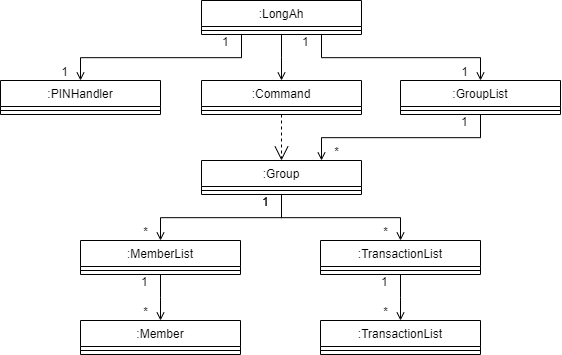
Above: docs/diagrams/main.png in jing-xiang/tp (draw.io), before the change. Source tidied: cells renumbered, new cells last; positions are measured from the earlier drawing's top-left corner, leaving out a move shared by most shapes. Its diagram source:
```xml
<mxGraphModel>
  <root>
    <mxCell id="0" />
    <mxCell id="1" parent="0" />
    <mxCell id="2" value=":GroupList" style="swimlane;fontStyle=0;align=center;verticalAlign=top;horizontal=1;startSize=26;rounded=0;shadow=0;strokeWidth=1;" parent="1" vertex="1">
      <mxGeometry x="400" y="80" width="160" height="34" as="geometry" />
    </mxCell>
    <mxCell id="3" style="line;html=1;strokeWidth=1;align=left;verticalAlign=middle;spacingTop=-1;spacingLeft=3;spacingRight=3;labelPosition=right;" parent="2" vertex="1">
      <mxGeometry y="26" width="160" height="8" as="geometry" />
    </mxCell>
    <mxCell id="4" value=":LongAh" style="swimlane;fontStyle=0;align=center;verticalAlign=top;horizontal=1;startSize=26;rounded=0;shadow=0;strokeWidth=1;" parent="1" vertex="1">
      <mxGeometry x="201" width="160" height="34" as="geometry" />
    </mxCell>
    <mxCell id="5" style="line;html=1;strokeWidth=1;align=left;verticalAlign=middle;spacingTop=-1;spacingLeft=3;spacingRight=3;labelPosition=right;" parent="4" vertex="1">
      <mxGeometry y="26" width="160" height="8" as="geometry" />
    </mxCell>
    <mxCell id="6" style="endArrow=open;shadow=0;strokeWidth=1;rounded=0;curved=0;endFill=1;edgeStyle=elbowEdgeStyle;elbow=vertical;exitX=0.75;exitY=1;exitDx=0;exitDy=0;entryX=0.5;entryY=0;entryDx=0;entryDy=0;" parent="1" edge="1" source="4" target="2">
      <mxGeometry x="0.5" y="41" relative="1" as="geometry">
        <mxPoint x="-40" y="32" as="offset" />
      </mxGeometry>
    </mxCell>
    <mxCell id="7" value="1" style="align=left;verticalAlign=bottom;labelBackgroundColor=none;fontSize=12;" parent="6" vertex="1">
      <mxGeometry x="-1" relative="1" as="geometry">
        <mxPoint x="-21" y="16" as="offset" />
      </mxGeometry>
    </mxCell>
    <mxCell id="8" value="1" style="align=right;verticalAlign=bottom;labelBackgroundColor=none;fontSize=12;" parent="6" vertex="1">
      <mxGeometry x="1" relative="1" as="geometry">
        <mxPoint x="-11" as="offset" />
      </mxGeometry>
    </mxCell>
    <mxCell id="9" value=":PINHandler" style="swimlane;fontStyle=0;align=center;verticalAlign=top;horizontal=1;startSize=26;rounded=0;shadow=0;strokeWidth=1;" parent="1" vertex="1">
      <mxGeometry y="80" width="160" height="34" as="geometry" />
    </mxCell>
    <mxCell id="10" style="line;html=1;strokeWidth=1;align=left;verticalAlign=middle;spacingTop=-1;spacingLeft=3;spacingRight=3;labelPosition=right;" parent="9" vertex="1">
      <mxGeometry y="26" width="160" height="8" as="geometry" />
    </mxCell>
    <mxCell id="11" style="endArrow=open;shadow=0;strokeWidth=1;rounded=0;curved=0;endFill=1;edgeStyle=elbowEdgeStyle;elbow=vertical;entryX=0.5;entryY=0;entryDx=0;entryDy=0;exitX=0.25;exitY=1;exitDx=0;exitDy=0;" parent="1" edge="1" source="4" target="9">
      <mxGeometry x="0.5" y="41" relative="1" as="geometry">
        <mxPoint x="-40" y="32" as="offset" />
      </mxGeometry>
    </mxCell>
    <mxCell id="12" value="1" style="align=left;verticalAlign=bottom;labelBackgroundColor=none;fontSize=12;" parent="11" vertex="1">
      <mxGeometry x="-1" relative="1" as="geometry">
        <mxPoint x="-21" y="16" as="offset" />
      </mxGeometry>
    </mxCell>
    <mxCell id="13" value="1" style="align=right;verticalAlign=bottom;labelBackgroundColor=none;fontSize=12;" parent="11" vertex="1">
      <mxGeometry x="1" relative="1" as="geometry">
        <mxPoint x="-11" as="offset" />
      </mxGeometry>
    </mxCell>
    <mxCell id="14" value=":Group" style="swimlane;fontStyle=0;align=center;verticalAlign=top;horizontal=1;startSize=26;rounded=0;shadow=0;strokeWidth=1;" parent="1" vertex="1">
      <mxGeometry x="201" y="160" width="160" height="34" as="geometry" />
    </mxCell>
    <mxCell id="15" style="line;html=1;strokeWidth=1;align=left;verticalAlign=middle;spacingTop=-1;spacingLeft=3;spacingRight=3;labelPosition=right;" parent="14" vertex="1">
      <mxGeometry y="26" width="160" height="8" as="geometry" />
    </mxCell>
    <mxCell id="16" style="endArrow=open;shadow=0;strokeWidth=1;rounded=0;curved=0;endFill=1;edgeStyle=elbowEdgeStyle;elbow=vertical;exitX=0.5;exitY=1;exitDx=0;exitDy=0;entryX=0.75;entryY=0;entryDx=0;entryDy=0;" parent="1" edge="1" source="2" target="14">
      <mxGeometry x="0.5" y="41" relative="1" as="geometry">
        <mxPoint x="-40" y="32" as="offset" />
      </mxGeometry>
    </mxCell>
    <mxCell id="17" value="1" style="align=left;verticalAlign=bottom;labelBackgroundColor=none;fontSize=12;" parent="16" vertex="1">
      <mxGeometry x="-1" relative="1" as="geometry">
        <mxPoint x="-21" y="16" as="offset" />
      </mxGeometry>
    </mxCell>
    <mxCell id="18" value="*" style="align=right;verticalAlign=bottom;labelBackgroundColor=none;fontSize=12;" parent="16" vertex="1">
      <mxGeometry x="1" relative="1" as="geometry">
        <mxPoint x="19" as="offset" />
      </mxGeometry>
    </mxCell>
    <mxCell id="19" value=":TransactionList" style="swimlane;fontStyle=0;align=center;verticalAlign=top;horizontal=1;startSize=26;rounded=0;shadow=0;strokeWidth=1;" parent="1" vertex="1">
      <mxGeometry x="320" y="240" width="160" height="34" as="geometry" />
    </mxCell>
    <mxCell id="20" style="line;html=1;strokeWidth=1;align=left;verticalAlign=middle;spacingTop=-1;spacingLeft=3;spacingRight=3;labelPosition=right;" parent="19" vertex="1">
      <mxGeometry y="26" width="160" height="8" as="geometry" />
    </mxCell>
    <mxCell id="21" value=":MemberList" style="swimlane;fontStyle=0;align=center;verticalAlign=top;horizontal=1;startSize=26;rounded=0;shadow=0;strokeWidth=1;" parent="1" vertex="1">
      <mxGeometry x="80" y="240" width="160" height="34" as="geometry" />
    </mxCell>
    <mxCell id="22" style="line;html=1;strokeWidth=1;align=left;verticalAlign=middle;spacingTop=-1;spacingLeft=3;spacingRight=3;labelPosition=right;" parent="21" vertex="1">
      <mxGeometry y="26" width="160" height="8" as="geometry" />
    </mxCell>
    <mxCell id="23" style="endArrow=open;shadow=0;strokeWidth=1;rounded=0;curved=0;endFill=1;edgeStyle=elbowEdgeStyle;elbow=vertical;exitX=0.5;exitY=1;exitDx=0;exitDy=0;entryX=0.5;entryY=0;entryDx=0;entryDy=0;" parent="1" edge="1" source="14" target="21">
      <mxGeometry x="0.5" y="41" relative="1" as="geometry">
        <mxPoint x="-40" y="32" as="offset" />
      </mxGeometry>
    </mxCell>
    <mxCell id="24" value="1" style="align=left;verticalAlign=bottom;labelBackgroundColor=none;fontSize=12;" parent="23" vertex="1">
      <mxGeometry x="-1" relative="1" as="geometry">
        <mxPoint x="-21" y="16" as="offset" />
      </mxGeometry>
    </mxCell>
    <mxCell id="25" value="*" style="align=right;verticalAlign=bottom;labelBackgroundColor=none;fontSize=12;" parent="23" vertex="1">
      <mxGeometry x="1" relative="1" as="geometry">
        <mxPoint x="-11" as="offset" />
      </mxGeometry>
    </mxCell>
    <mxCell id="26" style="endArrow=open;shadow=0;strokeWidth=1;rounded=0;curved=0;endFill=1;edgeStyle=elbowEdgeStyle;elbow=vertical;exitX=0.5;exitY=1;exitDx=0;exitDy=0;entryX=0.5;entryY=0;entryDx=0;entryDy=0;" parent="1" edge="1" source="14" target="19">
      <mxGeometry x="0.5" y="41" relative="1" as="geometry">
        <mxPoint x="-40" y="32" as="offset" />
      </mxGeometry>
    </mxCell>
    <mxCell id="27" value="1" style="align=left;verticalAlign=bottom;labelBackgroundColor=none;fontSize=12;" parent="26" vertex="1">
      <mxGeometry x="-1" relative="1" as="geometry">
        <mxPoint x="-21" y="16" as="offset" />
      </mxGeometry>
    </mxCell>
    <mxCell id="28" value="*" style="align=right;verticalAlign=bottom;labelBackgroundColor=none;fontSize=12;" parent="26" vertex="1">
      <mxGeometry x="1" relative="1" as="geometry">
        <mxPoint x="-11" as="offset" />
      </mxGeometry>
    </mxCell>
    <mxCell id="29" value=":Member" style="swimlane;fontStyle=0;align=center;verticalAlign=top;horizontal=1;startSize=26;rounded=0;shadow=0;strokeWidth=1;" parent="1" vertex="1">
      <mxGeometry x="80" y="320" width="160" height="34" as="geometry" />
    </mxCell>
    <mxCell id="30" style="line;html=1;strokeWidth=1;align=left;verticalAlign=middle;spacingTop=-1;spacingLeft=3;spacingRight=3;labelPosition=right;" parent="29" vertex="1">
      <mxGeometry y="26" width="160" height="8" as="geometry" />
    </mxCell>
    <mxCell id="31" style="endArrow=open;shadow=0;strokeWidth=1;rounded=0;curved=0;endFill=1;edgeStyle=elbowEdgeStyle;elbow=vertical;exitX=0.5;exitY=1;exitDx=0;exitDy=0;entryX=0.5;entryY=0;entryDx=0;entryDy=0;" parent="1" edge="1" source="21" target="29">
      <mxGeometry x="0.5" y="41" relative="1" as="geometry">
        <mxPoint x="-40" y="32" as="offset" />
      </mxGeometry>
    </mxCell>
    <mxCell id="32" value="1" style="align=left;verticalAlign=bottom;labelBackgroundColor=none;fontSize=12;" parent="31" vertex="1">
      <mxGeometry x="-1" relative="1" as="geometry">
        <mxPoint x="-21" y="16" as="offset" />
      </mxGeometry>
    </mxCell>
    <mxCell id="33" value="*" style="align=right;verticalAlign=bottom;labelBackgroundColor=none;fontSize=12;" parent="31" vertex="1">
      <mxGeometry x="1" relative="1" as="geometry">
        <mxPoint x="-11" as="offset" />
      </mxGeometry>
    </mxCell>
    <mxCell id="34" style="endArrow=open;shadow=0;strokeWidth=1;rounded=0;curved=0;endFill=1;edgeStyle=elbowEdgeStyle;elbow=vertical;exitX=0.5;exitY=1;exitDx=0;exitDy=0;entryX=0.5;entryY=0;entryDx=0;entryDy=0;" parent="1" edge="1" source="19" target="37">
      <mxGeometry x="0.5" y="41" relative="1" as="geometry">
        <mxPoint x="-40" y="32" as="offset" />
      </mxGeometry>
    </mxCell>
    <mxCell id="35" value="1" style="align=left;verticalAlign=bottom;labelBackgroundColor=none;fontSize=12;" parent="34" vertex="1">
      <mxGeometry x="-1" relative="1" as="geometry">
        <mxPoint x="-21" y="16" as="offset" />
      </mxGeometry>
    </mxCell>
    <mxCell id="36" value="*" style="align=right;verticalAlign=bottom;labelBackgroundColor=none;fontSize=12;" parent="34" vertex="1">
      <mxGeometry x="1" relative="1" as="geometry">
        <mxPoint x="-11" as="offset" />
      </mxGeometry>
    </mxCell>
    <mxCell id="37" value=":TransactionList" style="swimlane;fontStyle=0;align=center;verticalAlign=top;horizontal=1;startSize=26;rounded=0;shadow=0;strokeWidth=1;" parent="1" vertex="1">
      <mxGeometry x="320" y="320" width="160" height="34" as="geometry" />
    </mxCell>
    <mxCell id="38" style="line;html=1;strokeWidth=1;align=left;verticalAlign=middle;spacingTop=-1;spacingLeft=3;spacingRight=3;labelPosition=right;" parent="37" vertex="1">
      <mxGeometry y="26" width="160" height="8" as="geometry" />
    </mxCell>
    <mxCell id="39" value=":Command" style="swimlane;fontStyle=0;align=center;verticalAlign=top;horizontal=1;startSize=26;rounded=0;shadow=0;strokeWidth=1;" parent="1" vertex="1">
      <mxGeometry x="201" y="80" width="160" height="34" as="geometry" />
    </mxCell>
    <mxCell id="40" style="line;html=1;strokeWidth=1;align=left;verticalAlign=middle;spacingTop=-1;spacingLeft=3;spacingRight=3;labelPosition=right;" parent="39" vertex="1">
      <mxGeometry y="26" width="160" height="8" as="geometry" />
    </mxCell>
    <mxCell id="41" style="endArrow=open;shadow=0;strokeWidth=1;rounded=0;curved=0;endFill=1;edgeStyle=elbowEdgeStyle;elbow=vertical;entryX=0.5;entryY=0;entryDx=0;entryDy=0;exitX=0.5;exitY=1;exitDx=0;exitDy=0;" parent="1" edge="1" source="4" target="39">
      <mxGeometry x="0.5" y="41" relative="1" as="geometry">
        <mxPoint x="-40" y="32" as="offset" />
      </mxGeometry>
    </mxCell>
    <mxCell id="42" style="endArrow=open;endSize=12;dashed=1;html=1;rounded=0;exitX=0.5;exitY=1;exitDx=0;exitDy=0;entryX=0.5;entryY=0;entryDx=0;entryDy=0;" parent="1" edge="1" source="39" target="14">
      <mxGeometry relative="1" as="geometry" />
    </mxCell>
  </root>
</mxGraphModel>
```
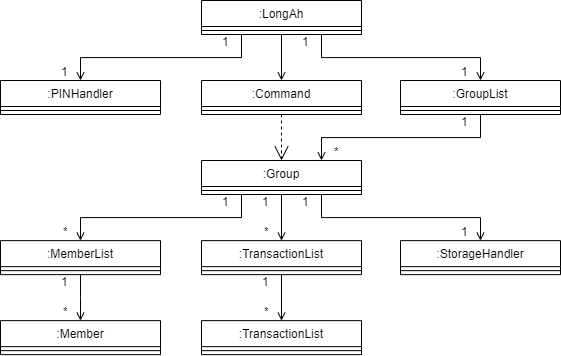
The same file after the commit.

The edit, as a diff of the source:
```diff
@@ -72,18 +72,18 @@
       </mxGeometry>
     </mxCell>
     <mxCell id="19" value=":TransactionList" style="swimlane;fontStyle=0;align=center;verticalAlign=top;horizontal=1;startSize=26;rounded=0;shadow=0;strokeWidth=1;" parent="1" vertex="1">
-      <mxGeometry x="320" y="240" width="160" height="34" as="geometry" />
+      <mxGeometry x="201" y="240.1" width="160" height="34" as="geometry" />
     </mxCell>
     <mxCell id="20" style="line;html=1;strokeWidth=1;align=left;verticalAlign=middle;spacingTop=-1;spacingLeft=3;spacingRight=3;labelPosition=right;" parent="19" vertex="1">
       <mxGeometry y="26" width="160" height="8" as="geometry" />
     </mxCell>
     <mxCell id="21" value=":MemberList" style="swimlane;fontStyle=0;align=center;verticalAlign=top;horizontal=1;startSize=26;rounded=0;shadow=0;strokeWidth=1;" parent="1" vertex="1">
-      <mxGeometry x="80" y="240" width="160" height="34" as="geometry" />
+      <mxGeometry y="240.1" width="160" height="34" as="geometry" />
     </mxCell>
     <mxCell id="22" style="line;html=1;strokeWidth=1;align=left;verticalAlign=middle;spacingTop=-1;spacingLeft=3;spacingRight=3;labelPosition=right;" parent="21" vertex="1">
       <mxGeometry y="26" width="160" height="8" as="geometry" />
     </mxCell>
-    <mxCell id="23" style="endArrow=open;shadow=0;strokeWidth=1;rounded=0;curved=0;endFill=1;edgeStyle=elbowEdgeStyle;elbow=vertical;exitX=0.5;exitY=1;exitDx=0;exitDy=0;entryX=0.5;entryY=0;entryDx=0;entryDy=0;" parent="1" edge="1" source="14" target="21">
+    <mxCell id="23" style="endArrow=open;shadow=0;strokeWidth=1;rounded=0;curved=0;endFill=1;edgeStyle=elbowEdgeStyle;elbow=vertical;exitX=0.25;exitY=1;exitDx=0;exitDy=0;entryX=0.5;entryY=0;entryDx=0;entryDy=0;" parent="1" edge="1" source="14" target="21">
       <mxGeometry x="0.5" y="41" relative="1" as="geometry">
         <mxPoint x="-40" y="32" as="offset" />
       </mxGeometry>
@@ -114,7 +114,7 @@
       </mxGeometry>
     </mxCell>
     <mxCell id="29" value=":Member" style="swimlane;fontStyle=0;align=center;verticalAlign=top;horizontal=1;startSize=26;rounded=0;shadow=0;strokeWidth=1;" parent="1" vertex="1">
-      <mxGeometry x="80" y="320" width="160" height="34" as="geometry" />
+      <mxGeometry y="320.1" width="160" height="34" as="geometry" />
     </mxCell>
     <mxCell id="30" style="line;html=1;strokeWidth=1;align=left;verticalAlign=middle;spacingTop=-1;spacingLeft=3;spacingRight=3;labelPosition=right;" parent="29" vertex="1">
       <mxGeometry y="26" width="160" height="8" as="geometry" />
@@ -150,7 +150,7 @@
       </mxGeometry>
     </mxCell>
     <mxCell id="37" value=":TransactionList" style="swimlane;fontStyle=0;align=center;verticalAlign=top;horizontal=1;startSize=26;rounded=0;shadow=0;strokeWidth=1;" parent="1" vertex="1">
-      <mxGeometry x="320" y="320" width="160" height="34" as="geometry" />
+      <mxGeometry x="201" y="320.1" width="160" height="34" as="geometry" />
     </mxCell>
     <mxCell id="38" style="line;html=1;strokeWidth=1;align=left;verticalAlign=middle;spacingTop=-1;spacingLeft=3;spacingRight=3;labelPosition=right;" parent="37" vertex="1">
       <mxGeometry y="26" width="160" height="8" as="geometry" />
@@ -169,5 +169,29 @@
     <mxCell id="42" style="endArrow=open;endSize=12;dashed=1;html=1;rounded=0;exitX=0.5;exitY=1;exitDx=0;exitDy=0;entryX=0.5;entryY=0;entryDx=0;entryDy=0;" parent="1" edge="1" source="39" target="14">
       <mxGeometry relative="1" as="geometry" />
     </mxCell>
+    <mxCell id="43" value=":StorageHandler" style="swimlane;fontStyle=0;align=center;verticalAlign=top;horizontal=1;startSize=26;rounded=0;shadow=0;strokeWidth=1;" parent="1" vertex="1">
+      <mxGeometry x="400" y="240.1" width="160" height="34" as="geometry" />
+    </mxCell>
+    <mxCell id="44" style="line;html=1;strokeWidth=1;align=left;verticalAlign=middle;spacingTop=-1;spacingLeft=3;spacingRight=3;labelPosition=right;" parent="43" vertex="1">
+      <mxGeometry y="26" width="160" height="8" as="geometry" />
+    </mxCell>
+    <mxCell id="45" style="endArrow=open;shadow=0;strokeWidth=1;rounded=0;curved=0;endFill=1;edgeStyle=elbowEdgeStyle;elbow=vertical;entryX=0.5;entryY=0;entryDx=0;entryDy=0;exitX=0.75;exitY=1;exitDx=0;exitDy=0;" parent="1" edge="1" source="14" target="43">
+      <mxGeometry x="0.5" y="41" relative="1" as="geometry">
+        <mxPoint x="-40" y="32" as="offset" />
+      </mxGeometry>
+    </mxCell>
+    <mxCell id="46" value="1" style="align=left;verticalAlign=bottom;labelBackgroundColor=none;fontSize=12;" parent="45" vertex="1">
+      <mxGeometry x="-1" relative="1" as="geometry">
+        <mxPoint x="-21" y="16" as="offset" />
+      </mxGeometry>
+    </mxCell>
+    <mxCell id="47" value="1" style="align=right;verticalAlign=bottom;labelBackgroundColor=none;fontSize=12;" parent="45" vertex="1">
+      <mxGeometry x="1" relative="1" as="geometry">
+        <mxPoint x="-11" as="offset" />
+      </mxGeometry>
+    </mxCell>
+    <mxCell id="48" value="Text" style="edgeLabel;html=1;align=center;verticalAlign=middle;" parent="45" vertex="1">
+      <mxGeometry x="-0.58" y="-2" relative="1" as="geometry" />
+    </mxCell>
   </root>
 </mxGraphModel>
```
